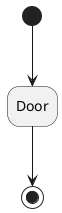
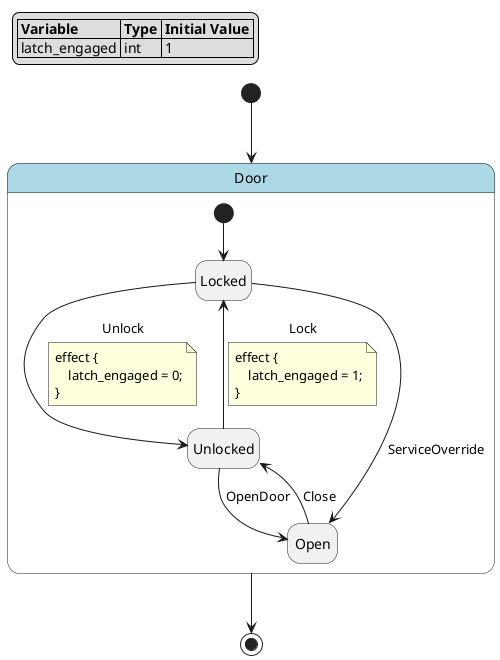
@startuml
hide empty description

skinparam state {
  BackgroundColor<<pseudo>> LightGray
  BackgroundColor<<composite>> LightBlue
  BorderColor<<pseudo>> Gray
  FontStyle<<pseudo>> italic
}

- state "Door" as door
+ legend top left
+ |= Variable |= Type |= Initial Value |
+ | latch_engaged | int | 1 |
+ endlegend
+ 
+ state "Door" as door <<composite>> {
+     state "Locked" as door__locked
+     state "Unlocked" as door__unlocked
+     state "Open" as door__open
+     [*] --> door__locked
+     door__locked --> door__unlocked : Unlock
+     note on link
+     effect {
+         latch_engaged = 0;
+     }
+     end note
+     door__unlocked --> door__open : OpenDoor
+     door__open --> door__unlocked : Close
+     door__unlocked --> door__locked : Lock
+     note on link
+     effect {
+         latch_engaged = 1;
+     }
+     end note
+     door__locked --> door__open : ServiceOverride
+ }
[*] --> door
door --> [*]
@enduml